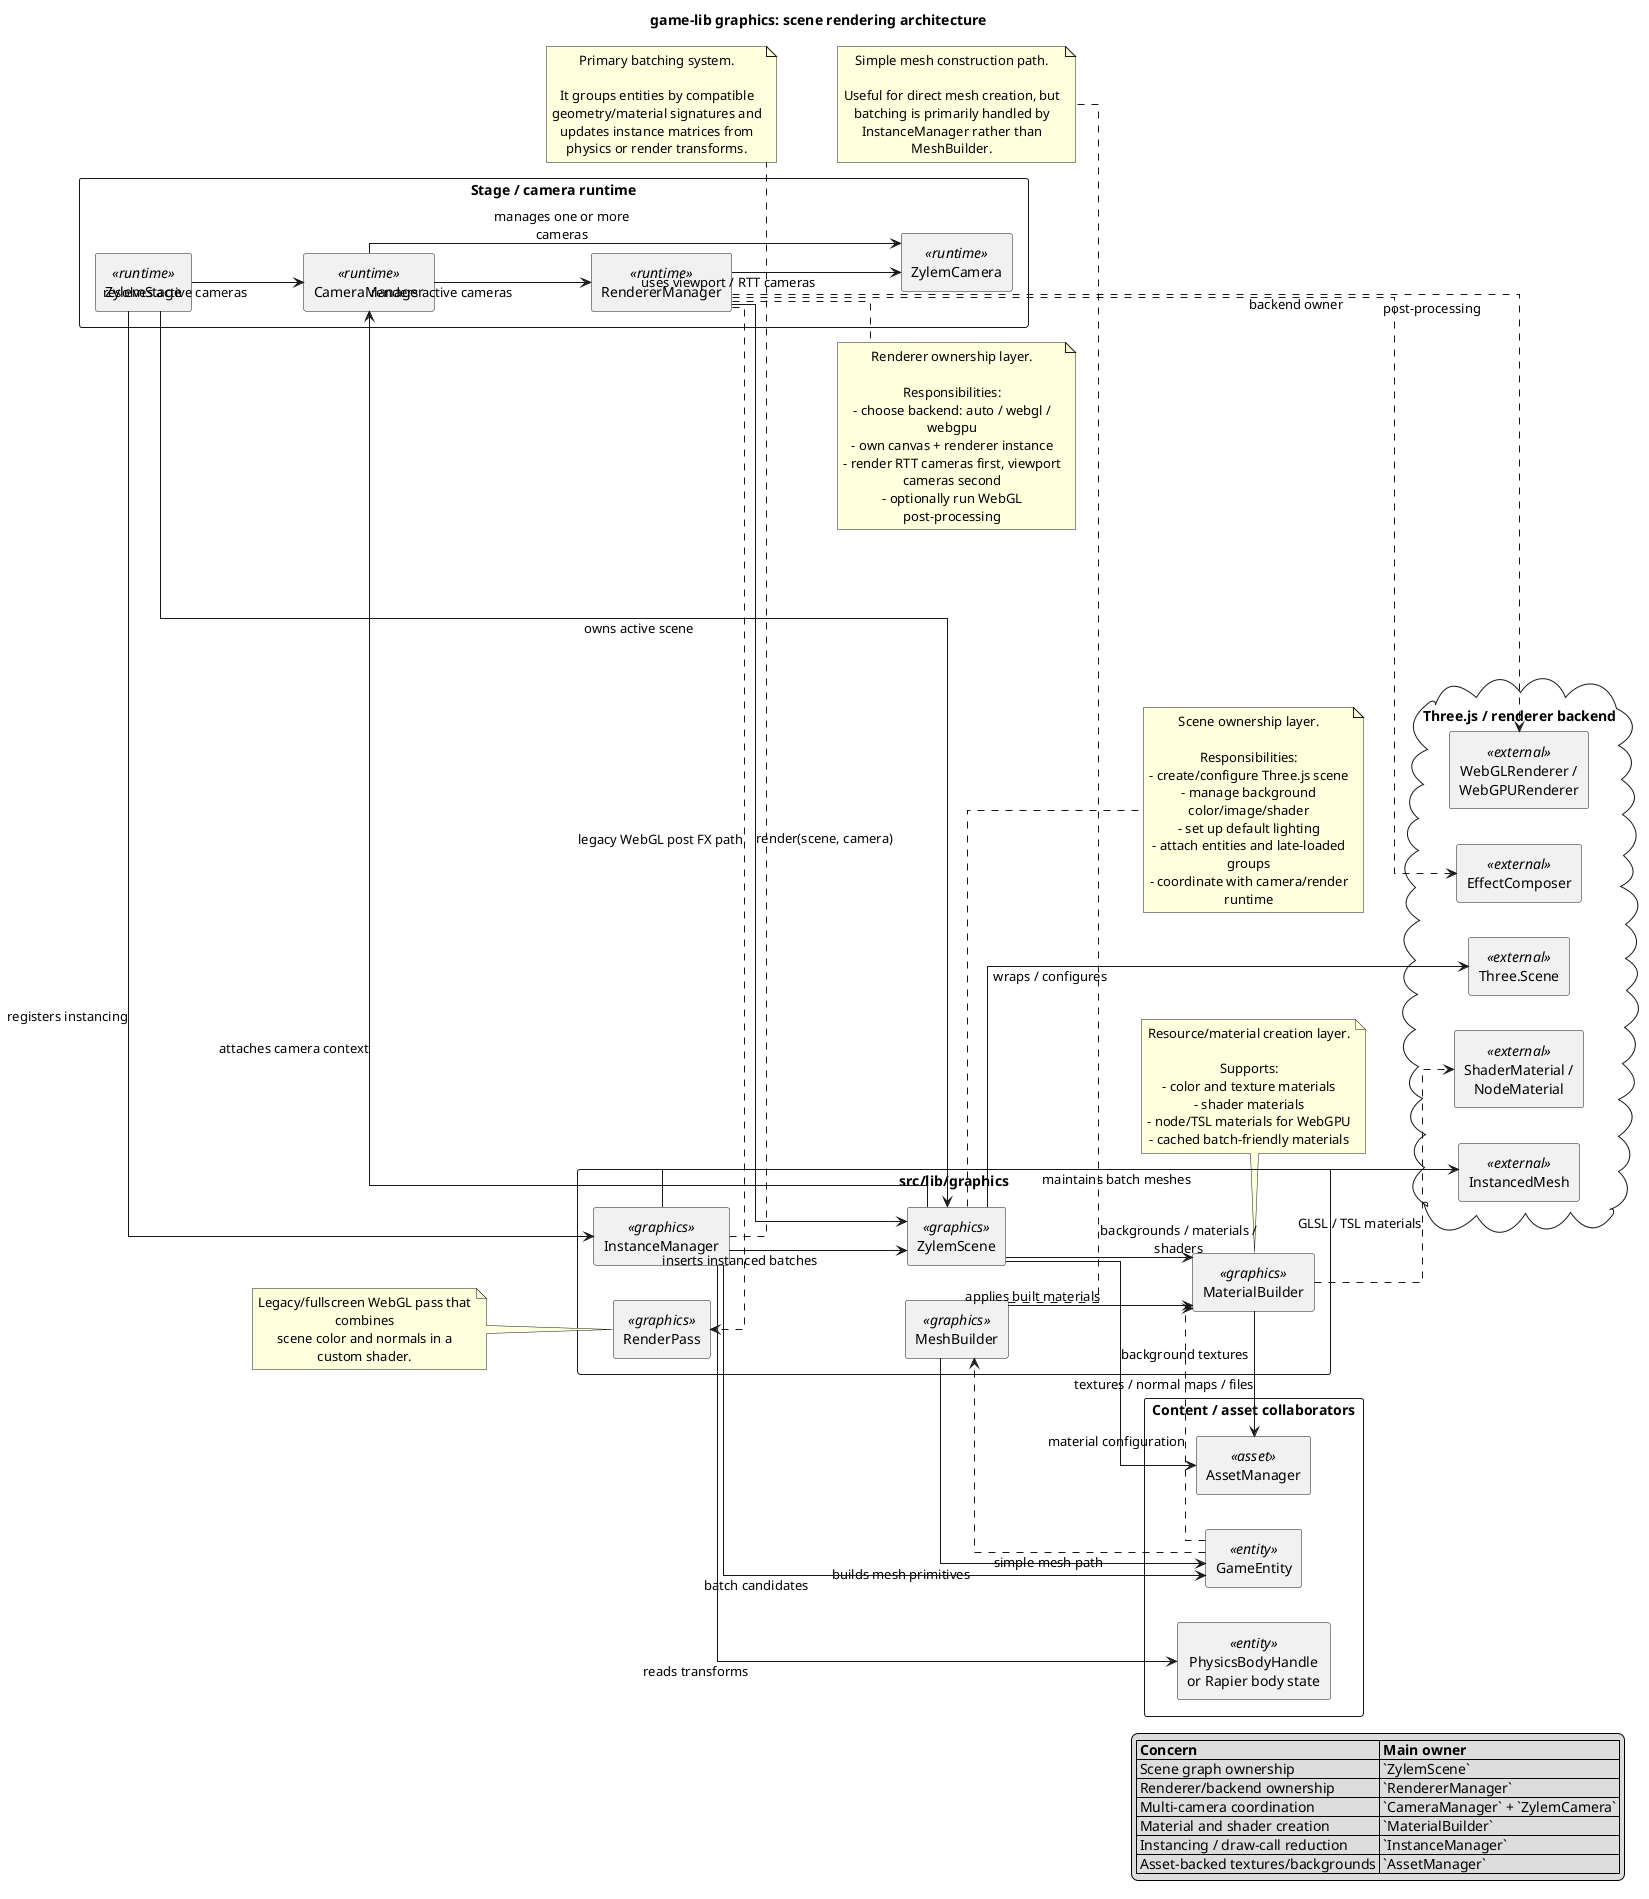
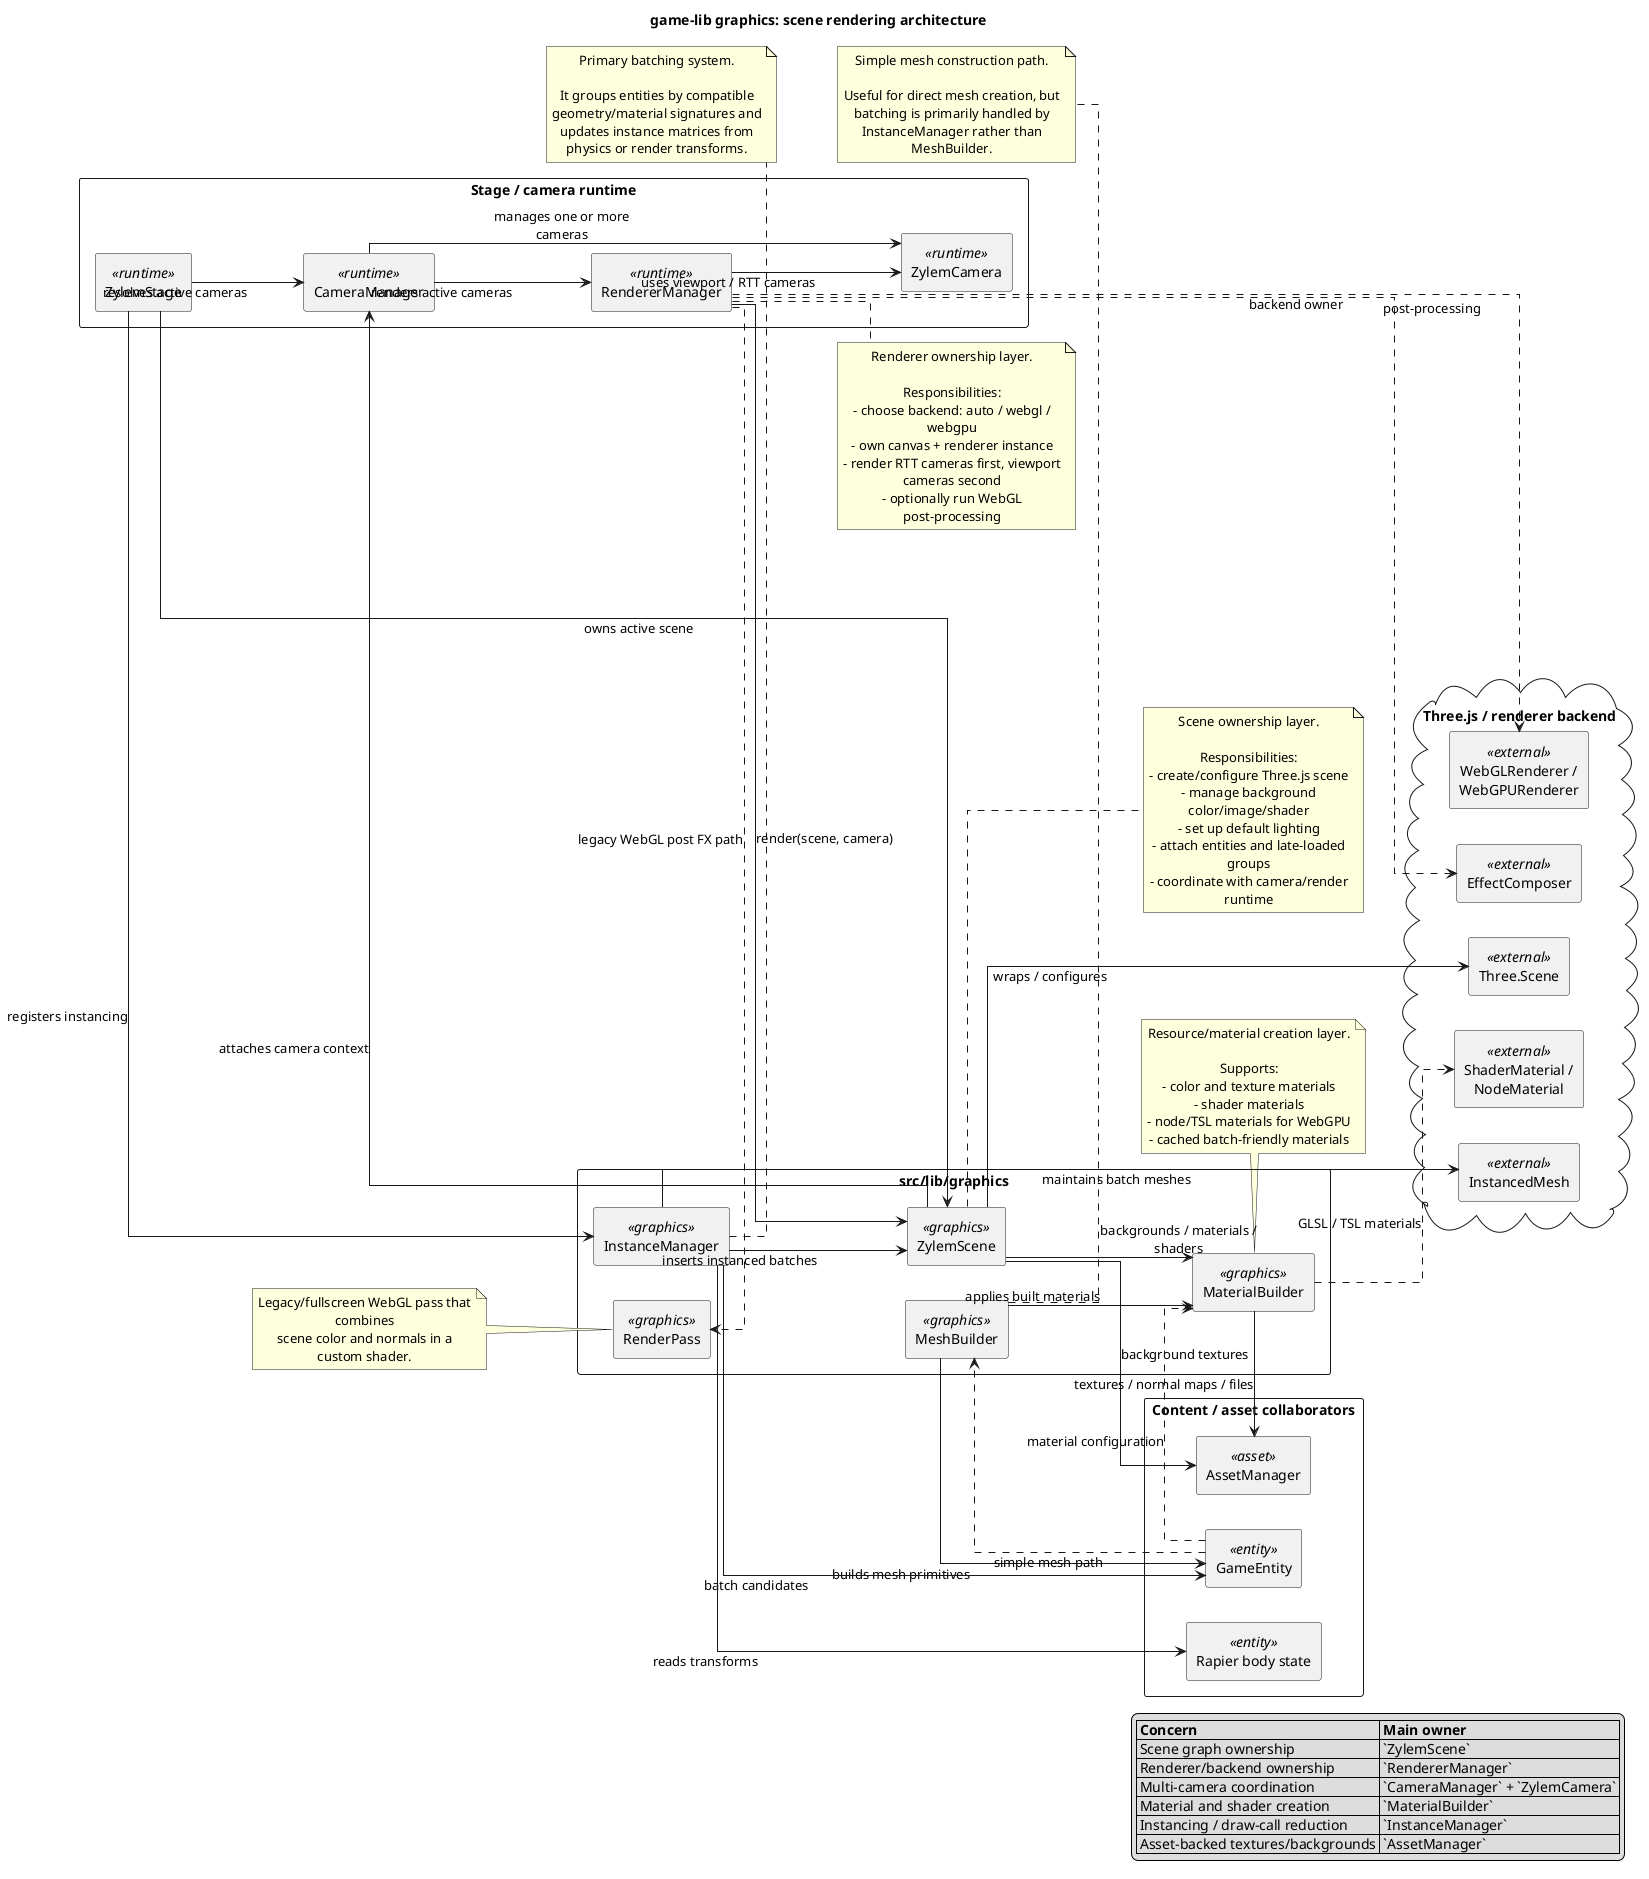
@startuml
title game-lib graphics: scene rendering architecture

left to right direction
skinparam shadowing false
skinparam packageStyle rectangle
skinparam componentStyle rectangle
skinparam linetype ortho
skinparam wrapWidth 220
skinparam maxMessageSize 180
skinparam defaultTextAlignment center

skinparam stereotype {
  CBackgroundColor<<runtime>> #FFF1D6
  CBackgroundColor<<graphics>> #EAF7EA
  CBackgroundColor<<asset>> #E8F1FF
  CBackgroundColor<<entity>> #F3E8FF
  CBackgroundColor<<external>> #F7F7F7
}

package "Stage / camera runtime" {
  component "ZylemStage" as ZylemStage <<runtime>>
  component "CameraManager" as CameraManager <<runtime>>
  component "ZylemCamera" as ZylemCamera <<runtime>>
  component "RendererManager" as RendererManager <<runtime>>
}

package "src/lib/graphics" {
  component "ZylemScene" as ZylemScene <<graphics>>
  component "MaterialBuilder" as MaterialBuilder <<graphics>>
  component "InstanceManager" as InstanceManager <<graphics>>
  component "MeshBuilder" as MeshBuilder <<graphics>>
  component "RenderPass" as RenderPass <<graphics>>
}

package "Content / asset collaborators" {
  component "GameEntity" as GameEntity <<entity>>
-   component "PhysicsBodyHandle\nor Rapier body state" as BodyState <<entity>>
+   component "Rapier body state" as BodyState <<entity>>
  component "AssetManager" as AssetManager <<asset>>
}

cloud "Three.js / renderer backend" {
  component "Three.Scene" as ThreeScene <<external>>
  component "WebGLRenderer /\nWebGPURenderer" as ThreeRenderer <<external>>
  component "EffectComposer" as EffectComposer <<external>>
  component "InstancedMesh" as InstancedMesh <<external>>
  component "ShaderMaterial /\nNodeMaterial" as ShaderMaterial <<external>>
}

ZylemStage --> ZylemScene : owns active scene
ZylemStage --> InstanceManager : registers instancing
ZylemStage --> CameraManager : resolves active cameras

CameraManager --> ZylemCamera : manages one or more cameras
CameraManager --> RendererManager : renders active cameras

RendererManager --> ZylemScene : render(scene, camera)
RendererManager --> ZylemCamera : uses viewport / RTT cameras
RendererManager ..> RenderPass : legacy WebGL post FX path
RendererManager ..> EffectComposer : post-processing
RendererManager ..> ThreeRenderer : backend owner

ZylemScene --> ThreeScene : wraps / configures
ZylemScene --> MaterialBuilder : backgrounds / materials / shaders
ZylemScene --> AssetManager : background textures
ZylemScene --> CameraManager : attaches camera context

MaterialBuilder --> AssetManager : textures / normal maps / files
MaterialBuilder ..> ShaderMaterial : GLSL / TSL materials

MeshBuilder --> MaterialBuilder : applies built materials
MeshBuilder --> GameEntity : builds mesh primitives

InstanceManager --> GameEntity : batch candidates
InstanceManager --> BodyState : reads transforms
InstanceManager --> ZylemScene : inserts instanced batches
InstanceManager --> InstancedMesh : maintains batch meshes

GameEntity ..> MeshBuilder : simple mesh path
GameEntity ..> MaterialBuilder : material configuration

note right of ZylemScene
Scene ownership layer.

Responsibilities:
- create/configure Three.js scene
- manage background color/image/shader
- set up default lighting
- attach entities and late-loaded groups
- coordinate with camera/render runtime
end note

note right of RendererManager
Renderer ownership layer.

Responsibilities:
- choose backend: auto / webgl / webgpu
- own canvas + renderer instance
- render RTT cameras first, viewport cameras second
- optionally run WebGL post-processing
end note

note bottom of InstanceManager
Primary batching system.

It groups entities by compatible
geometry/material signatures and
updates instance matrices from
physics or render transforms.
end note

note bottom of MaterialBuilder
Resource/material creation layer.

Supports:
- color and texture materials
- shader materials
- node/TSL materials for WebGPU
- cached batch-friendly materials
end note

note bottom of MeshBuilder
Simple mesh construction path.

Useful for direct mesh creation, but
batching is primarily handled by
InstanceManager rather than MeshBuilder.
end note

note left of RenderPass
Legacy/fullscreen WebGL pass that combines
scene color and normals in a custom shader.
end note

legend right
|= Concern |= Main owner |
| Scene graph ownership | `ZylemScene` |
| Renderer/backend ownership | `RendererManager` |
| Multi-camera coordination | `CameraManager` + `ZylemCamera` |
| Material and shader creation | `MaterialBuilder` |
| Instancing / draw-call reduction | `InstanceManager` |
| Asset-backed textures/backgrounds | `AssetManager` |
endlegend

@enduml
